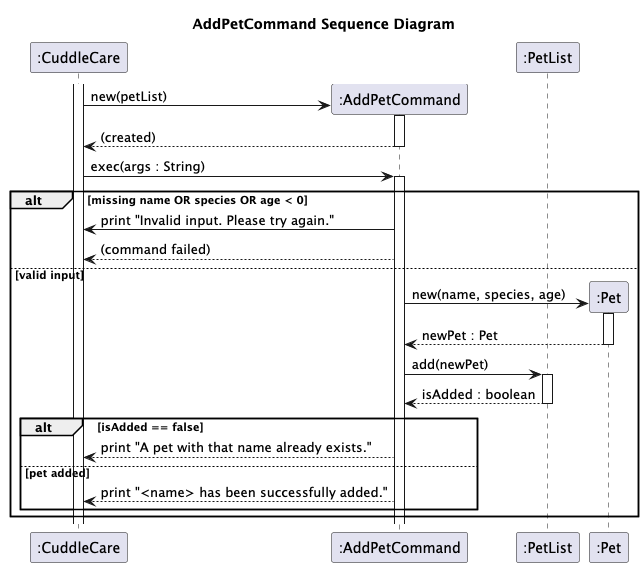
This is docs/diagrams/AddPetCommand_Sequence_Diagram.png from Kevin88866/tp, a PlantUML export, as it was before one commit.
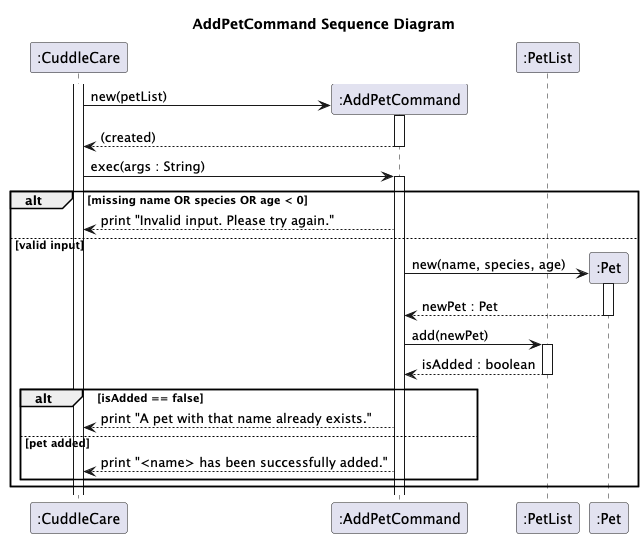
Above is the later version.

Commit message:
Fix command failed with print

The edit, as a diff of the source:
```diff
@@ -16,8 +16,7 @@
 activate AddPetCommand
 
 alt missing name OR species OR age < 0
-    AddPetCommand -> CuddleCare : print "Invalid input. Please try again."
-    AddPetCommand --> CuddleCare : (command failed)
+    AddPetCommand --> CuddleCare : print "Invalid input. Please try again."
 
 else valid input
     AddPetCommand -> Pet** : new(name, species, age)
```
